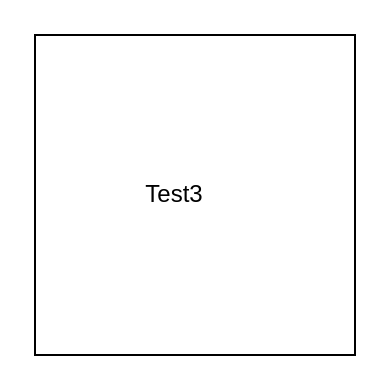
martintara/kaffeknekt keeps this draw.io diagram as diagrams/contextdiagram.drawio. Above is the earlier version. Source tidied: cells renumbered, new cells numbered last; positions are measured from the earlier drawing's top-left corner, leaving out a move shared by most shapes. Both pictures are drawn from the tidied source at 200%, with x=0, y=0 at pixel (34, 34).
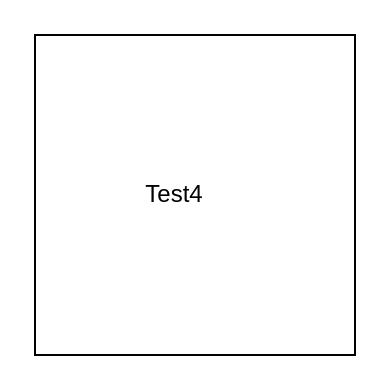
Above is the later version.

The edit, as a diff of the source:
```diff
@@
 <mxGraphModel>
   <root>
     <mxCell id="0" />
     <mxCell id="1" parent="0" />
     <mxCell id="2" style="whiteSpace=wrap;html=1;" parent="1" vertex="1">
       <mxGeometry width="160" height="160" as="geometry" />
     </mxCell>
-    <mxCell id="3" value="Test3" style="text;html=1;align=center;verticalAlign=middle;whiteSpace=wrap;rounded=0;" parent="1" vertex="1">
+    <mxCell id="3" value="Test4" style="text;html=1;align=center;verticalAlign=middle;whiteSpace=wrap;rounded=0;" parent="1" vertex="1">
       <mxGeometry x="40" y="65" width="60" height="30" as="geometry" />
     </mxCell>
   </root>
 </mxGraphModel>
```
